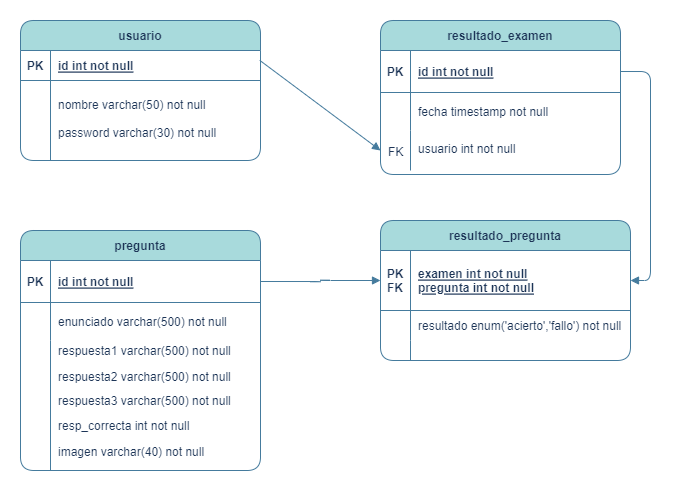
Earlier version of the draw.io export BD/autoescuela.png (marzane/autoescuela). Source tidied: cells renumbered, new cells last; positions are measured from the earlier drawing's top-left corner, leaving out a move shared by most shapes.
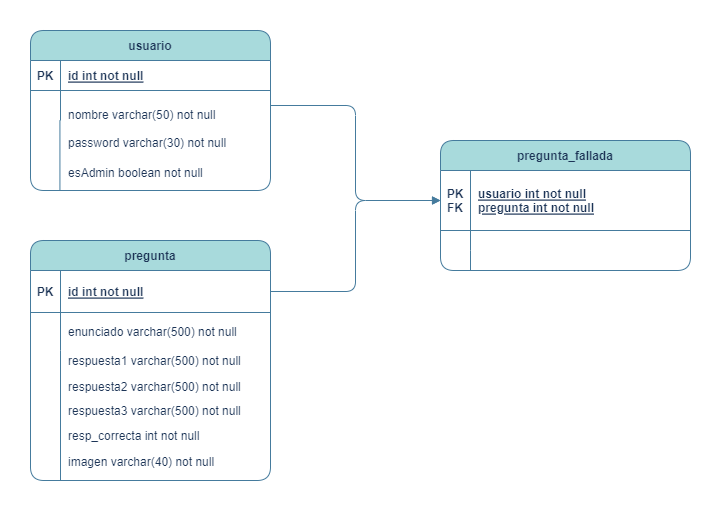
Above is the later version.

Diff of the diagram source:
```diff
@@ -2,70 +2,8 @@
   <root>
     <mxCell id="0" />
     <mxCell id="1" parent="0" />
-    <object id="2" label="resultado_examen" falladas="int not null" placeholders="1" usuario="int not null">
-      <mxCell style="shape=table;startSize=30;rowLines=0;fontStyle=1;align=center;labelBackgroundColor=none;fillColor=#A8DADC;strokeColor=#457B9D;fontColor=#1D3557;rounded=1;columnLines=1;" parent="1" vertex="1">
-        <mxGeometry x="360" width="240" height="154" as="geometry" />
-      </mxCell>
-    </object>
-    <mxCell id="3" style="shape=partialRectangle;fillColor=none;points=[[0,0.5],[1,0.5]];portConstraint=eastwest;top=0;left=0;right=0;bottom=1;labelBackgroundColor=none;strokeColor=#457B9D;fontColor=#1D3557;rounded=1;" parent="2" vertex="1">
-      <mxGeometry y="30" width="240" height="42" as="geometry" />
-    </mxCell>
-    <mxCell id="4" value="PK" style="shape=partialRectangle;overflow=hidden;fillColor=none;top=0;left=0;bottom=0;right=0;fontStyle=1;labelBackgroundColor=none;strokeColor=#457B9D;fontColor=#1D3557;rounded=1;" parent="3" vertex="1">
-      <mxGeometry width="30" height="42" as="geometry" />
-    </mxCell>
-    <mxCell id="5" value="id int not null" style="shape=partialRectangle;overflow=hidden;fillColor=none;top=0;left=0;bottom=0;right=0;align=left;spacingLeft=6;fontStyle=5;labelBackgroundColor=none;strokeColor=#457B9D;fontColor=#1D3557;rounded=1;" parent="3" vertex="1">
-      <mxGeometry x="30" width="210" height="42" as="geometry" />
-    </mxCell>
-    <mxCell id="6" style="shape=partialRectangle;fillColor=none;top=0;left=0;right=0;bottom=0;labelBackgroundColor=none;strokeColor=#457B9D;fontColor=#1D3557;rounded=1;" parent="2" vertex="1">
-      <mxGeometry y="72" width="240" height="38" as="geometry" />
-    </mxCell>
-    <mxCell id="7" style="shape=partialRectangle;overflow=hidden;fillColor=none;top=0;left=0;bottom=0;right=0;labelBackgroundColor=none;strokeColor=#457B9D;fontColor=#1D3557;rounded=1;" parent="6" vertex="1">
-      <mxGeometry width="30" height="38" as="geometry" />
-    </mxCell>
-    <mxCell id="8" value="fecha timestamp not null" style="shape=partialRectangle;overflow=hidden;fillColor=none;top=0;left=0;bottom=0;right=0;align=left;spacingLeft=6;labelBackgroundColor=none;strokeColor=#457B9D;fontColor=#1D3557;rounded=1;" parent="6" vertex="1">
-      <mxGeometry x="30" width="210" height="38" as="geometry" />
-    </mxCell>
-    <mxCell id="9" style="shape=partialRectangle;fillColor=none;points=[[0,0.5],[1,0.5]];portConstraint=eastwest;top=0;left=0;right=0;bottom=0;labelBackgroundColor=none;strokeColor=#457B9D;fontColor=#1D3557;rounded=1;" parent="2" vertex="1">
-      <mxGeometry y="110" width="240" height="40" as="geometry" />
-    </mxCell>
-    <mxCell id="10" style="shape=partialRectangle;overflow=hidden;fillColor=none;top=0;left=0;bottom=0;right=0;labelBackgroundColor=none;strokeColor=#457B9D;fontColor=#1D3557;rounded=1;" parent="9" vertex="1">
-      <mxGeometry width="30" height="40" as="geometry" />
-    </mxCell>
-    <mxCell id="11" style="shape=partialRectangle;overflow=hidden;fillColor=none;top=0;left=0;bottom=0;right=0;align=left;spacingLeft=6;labelBackgroundColor=none;strokeColor=#457B9D;fontColor=#1D3557;rounded=1;" parent="9" vertex="1">
-      <mxGeometry x="30" width="210" height="40" as="geometry" />
-    </mxCell>
-    <mxCell id="12" value="resultado_pregunta" style="shape=table;startSize=30;rowLines=0;fontStyle=1;align=center;labelBackgroundColor=none;fillColor=#A8DADC;strokeColor=#457B9D;fontColor=#1D3557;rounded=1;" parent="1" vertex="1">
-      <mxGeometry x="360" y="200" width="250" height="140" as="geometry" />
-    </mxCell>
-    <mxCell id="13" style="shape=partialRectangle;fillColor=none;points=[[0,0.5],[1,0.5]];portConstraint=eastwest;top=0;left=0;right=0;bottom=1;labelBackgroundColor=none;strokeColor=#457B9D;fontColor=#1D3557;rounded=1;" parent="12" vertex="1">
-      <mxGeometry y="30" width="250" height="60" as="geometry" />
-    </mxCell>
-    <mxCell id="14" value="PK&#10;FK" style="shape=partialRectangle;overflow=hidden;fillColor=none;top=0;left=0;bottom=0;right=0;fontStyle=1;labelBackgroundColor=none;strokeColor=#457B9D;fontColor=#1D3557;rounded=1;" parent="13" vertex="1">
-      <mxGeometry width="30" height="60" as="geometry" />
-    </mxCell>
-    <mxCell id="15" value="examen int not null&#10;pregunta int not null" style="shape=partialRectangle;overflow=hidden;fillColor=none;top=0;left=0;bottom=0;right=0;align=left;spacingLeft=6;fontStyle=5;labelBackgroundColor=none;strokeColor=#457B9D;fontColor=#1D3557;rounded=1;" parent="13" vertex="1">
-      <mxGeometry x="30" width="220" height="60" as="geometry" />
-    </mxCell>
-    <mxCell id="16" style="shape=partialRectangle;fillColor=none;top=0;left=0;right=0;bottom=0;labelBackgroundColor=none;strokeColor=#457B9D;fontColor=#1D3557;rounded=1;" parent="12" vertex="1">
-      <mxGeometry y="90" width="250" height="30" as="geometry" />
-    </mxCell>
-    <mxCell id="17" style="shape=partialRectangle;overflow=hidden;fillColor=none;top=0;left=0;bottom=0;right=0;labelBackgroundColor=none;strokeColor=#457B9D;fontColor=#1D3557;rounded=1;" parent="16" vertex="1">
-      <mxGeometry width="30" height="30" as="geometry" />
-    </mxCell>
-    <mxCell id="18" value="resultado enum('acierto','fallo') not null" style="shape=partialRectangle;overflow=hidden;fillColor=none;top=0;left=0;bottom=0;right=0;align=left;spacingLeft=6;labelBackgroundColor=none;strokeColor=#457B9D;fontColor=#1D3557;rounded=1;" parent="16" vertex="1">
-      <mxGeometry x="30" width="220" height="30" as="geometry" />
-    </mxCell>
-    <mxCell id="19" style="shape=partialRectangle;fillColor=none;top=0;left=0;right=0;bottom=0;labelBackgroundColor=none;strokeColor=#457B9D;fontColor=#1D3557;rounded=1;" parent="12" vertex="1">
-      <mxGeometry y="120" width="250" height="20" as="geometry" />
-    </mxCell>
-    <mxCell id="20" style="shape=partialRectangle;overflow=hidden;fillColor=none;top=0;left=0;bottom=0;right=0;labelBackgroundColor=none;strokeColor=#457B9D;fontColor=#1D3557;rounded=1;" parent="19" vertex="1">
-      <mxGeometry width="30" height="20" as="geometry" />
-    </mxCell>
-    <mxCell id="21" style="shape=partialRectangle;overflow=hidden;fillColor=none;top=0;left=0;bottom=0;right=0;align=left;spacingLeft=6;labelBackgroundColor=none;strokeColor=#457B9D;fontColor=#1D3557;rounded=1;" parent="19" vertex="1">
-      <mxGeometry x="30" width="220" height="20" as="geometry" />
-    </mxCell>
     <mxCell id="22" value="usuario" style="shape=table;startSize=30;rowLines=0;fontStyle=1;align=center;labelBackgroundColor=none;fillColor=#A8DADC;strokeColor=#457B9D;fontColor=#1D3557;rounded=1;" parent="1" vertex="1">
-      <mxGeometry width="240" height="140" as="geometry" />
+      <mxGeometry width="240" height="160" as="geometry" />
     </mxCell>
     <mxCell id="23" style="shape=partialRectangle;fillColor=none;points=[[0,0.5],[1,0.5]];portConstraint=eastwest;top=0;left=0;right=0;bottom=1;labelBackgroundColor=none;strokeColor=#457B9D;fontColor=#1D3557;rounded=1;" parent="22" vertex="1">
       <mxGeometry y="30" width="240" height="30" as="geometry" />
@@ -93,22 +31,10 @@
     </mxCell>
     <mxCell id="31" style="endArrow=none;html=1;rounded=1;labelBackgroundColor=none;strokeColor=#457B9D;fontColor=default;" parent="1" edge="1">
       <mxGeometry relative="1" as="geometry">
-        <mxPoint x="30" y="140" as="sourcePoint" />
-        <mxPoint x="30" y="70" as="targetPoint" />
+        <mxPoint x="29.4" y="160" as="sourcePoint" />
+        <mxPoint x="29.4" y="90" as="targetPoint" />
       </mxGeometry>
     </mxCell>
-    <mxCell id="32" value="usuario int not null" style="shape=partialRectangle;overflow=hidden;fillColor=none;top=0;left=0;bottom=0;right=0;align=left;spacingLeft=6;labelBackgroundColor=none;strokeColor=#457B9D;fontColor=#1D3557;rounded=1;" parent="1" vertex="1">
-      <mxGeometry x="390" y="116" width="220" height="24" as="geometry" />
-    </mxCell>
-    <mxCell id="33" value="FK" style="shape=partialRectangle;overflow=hidden;fillColor=none;top=0;left=0;bottom=0;right=0;align=left;spacingLeft=6;labelBackgroundColor=none;strokeColor=#457B9D;fontColor=#1D3557;rounded=1;" parent="1" vertex="1">
-      <mxGeometry x="360" y="116" width="30" height="30" as="geometry" />
-    </mxCell>
-    <mxCell id="34" style="endArrow=block;html=1;rounded=1;strokeColor=#457B9D;fontColor=default;fillColor=#A8DADC;exitX=0.997;exitY=0.329;exitDx=0;exitDy=0;exitPerimeter=0;labelBackgroundColor=none;endFill=1;entryX=0;entryY=0.5;entryDx=0;entryDy=0;" parent="1" edge="1" source="23" target="9">
-      <mxGeometry relative="1" as="geometry" />
-    </mxCell>
-    <mxCell id="35" style="edgeStyle=orthogonalEdgeStyle;rounded=1;jettySize=auto;html=1;exitX=1;exitY=0.5;exitDx=0;exitDy=0;entryX=1;entryY=0.5;entryDx=0;entryDy=0;strokeColor=#457B9D;fontColor=#1D3557;fillColor=#A8DADC;endArrow=block;endFill=1;" parent="1" edge="1" source="3" target="13">
-      <mxGeometry relative="1" as="geometry" />
-    </mxCell>
     <object id="36" label="pregunta" falladas="int not null" placeholders="1" usuario="int not null">
       <mxCell style="shape=table;startSize=30;rowLines=0;fontStyle=1;align=center;labelBackgroundColor=none;fillColor=#A8DADC;strokeColor=#457B9D;fontColor=#1D3557;rounded=1;columnLines=1;" parent="1" vertex="1">
         <mxGeometry y="210" width="240" height="240" as="geometry" />
@@ -153,8 +79,44 @@
     <mxCell id="49" value="imagen varchar(40) not null" style="shape=partialRectangle;overflow=hidden;fillColor=none;top=0;left=0;bottom=0;right=0;align=left;spacingLeft=6;labelBackgroundColor=none;strokeColor=#457B9D;fontColor=#1D3557;rounded=1;" parent="1" vertex="1">
       <mxGeometry x="30" y="416" width="220" height="30" as="geometry" />
     </mxCell>
-    <mxCell id="50" style="edgeStyle=orthogonalEdgeStyle;rounded=1;jettySize=auto;html=1;exitX=1;exitY=0.5;exitDx=0;exitDy=0;entryX=0;entryY=0.5;entryDx=0;entryDy=0;strokeColor=#457B9D;fontColor=#1D3557;fillColor=#A8DADC;endArrow=block;endFill=1;" parent="1" edge="1" source="37" target="13">
+    <mxCell id="50" style="edgeStyle=orthogonalEdgeStyle;rounded=1;jettySize=auto;html=1;exitX=1;exitY=0.5;exitDx=0;exitDy=0;entryX=0;entryY=0.5;entryDx=0;entryDy=0;strokeColor=#457B9D;fontColor=default;endArrow=block;endFill=1;labelBackgroundColor=none;" parent="1" edge="1" source="37" target="13">
       <mxGeometry relative="1" as="geometry" />
     </mxCell>
+    <mxCell id="12" value="pregunta_fallada" style="shape=table;startSize=30;rowLines=0;fontStyle=1;align=center;labelBackgroundColor=none;fillColor=#A8DADC;strokeColor=#457B9D;fontColor=#1D3557;rounded=1;" parent="1" vertex="1">
+      <mxGeometry x="410" y="110" width="250" height="130" as="geometry" />
+    </mxCell>
+    <mxCell id="13" style="shape=partialRectangle;fillColor=none;points=[[0,0.5],[1,0.5]];portConstraint=eastwest;top=0;left=0;right=0;bottom=1;labelBackgroundColor=none;strokeColor=#457B9D;fontColor=#1D3557;rounded=1;" parent="12" vertex="1">
+      <mxGeometry y="30" width="250" height="60" as="geometry" />
+    </mxCell>
+    <mxCell id="14" value="PK&#10;FK" style="shape=partialRectangle;overflow=hidden;fillColor=none;top=0;left=0;bottom=0;right=0;fontStyle=1;labelBackgroundColor=none;strokeColor=#457B9D;fontColor=#1D3557;rounded=1;" parent="13" vertex="1">
+      <mxGeometry width="30" height="60" as="geometry" />
+    </mxCell>
+    <mxCell id="15" value="usuario int not null&#10;pregunta int not null" style="shape=partialRectangle;overflow=hidden;fillColor=none;top=0;left=0;bottom=0;right=0;align=left;spacingLeft=6;fontStyle=5;labelBackgroundColor=none;strokeColor=#457B9D;fontColor=#1D3557;rounded=1;" parent="13" vertex="1">
+      <mxGeometry x="30" width="220" height="60" as="geometry" />
+    </mxCell>
+    <mxCell id="16" style="shape=partialRectangle;fillColor=none;top=0;left=0;right=0;bottom=0;labelBackgroundColor=none;strokeColor=#457B9D;fontColor=#1D3557;rounded=1;" parent="12" vertex="1">
+      <mxGeometry y="90" width="250" height="20" as="geometry" />
+    </mxCell>
+    <mxCell id="17" style="shape=partialRectangle;overflow=hidden;fillColor=none;top=0;left=0;bottom=0;right=0;labelBackgroundColor=none;strokeColor=#457B9D;fontColor=#1D3557;rounded=1;" parent="16" vertex="1">
+      <mxGeometry width="30" height="20" as="geometry" />
+    </mxCell>
+    <mxCell id="18" style="shape=partialRectangle;overflow=hidden;fillColor=none;top=0;left=0;bottom=0;right=0;align=left;spacingLeft=6;labelBackgroundColor=none;strokeColor=#457B9D;fontColor=#1D3557;rounded=1;" parent="16" vertex="1">
+      <mxGeometry x="30" width="220" height="20" as="geometry" />
+    </mxCell>
+    <mxCell id="19" style="shape=partialRectangle;fillColor=none;top=0;left=0;right=0;bottom=0;labelBackgroundColor=none;strokeColor=#457B9D;fontColor=#1D3557;rounded=1;" parent="12" vertex="1">
+      <mxGeometry y="110" width="250" height="20" as="geometry" />
+    </mxCell>
+    <mxCell id="20" style="shape=partialRectangle;overflow=hidden;fillColor=none;top=0;left=0;bottom=0;right=0;labelBackgroundColor=none;strokeColor=#457B9D;fontColor=#1D3557;rounded=1;" parent="19" vertex="1">
+      <mxGeometry width="30" height="20" as="geometry" />
+    </mxCell>
+    <mxCell id="21" style="shape=partialRectangle;overflow=hidden;fillColor=none;top=0;left=0;bottom=0;right=0;align=left;spacingLeft=6;labelBackgroundColor=none;strokeColor=#457B9D;fontColor=#1D3557;rounded=1;" parent="19" vertex="1">
+      <mxGeometry x="30" width="220" height="20" as="geometry" />
+    </mxCell>
+    <mxCell id="51" value="esAdmin boolean not null" style="shape=partialRectangle;overflow=hidden;fillColor=none;top=0;left=0;bottom=0;right=0;align=left;spacingLeft=6;labelBackgroundColor=none;strokeColor=#457B9D;fontColor=#1D3557;rounded=1;" parent="1" vertex="1">
+      <mxGeometry x="30" y="127" width="220" height="30" as="geometry" />
+    </mxCell>
+    <mxCell id="52" style="edgeStyle=orthogonalEdgeStyle;rounded=1;jettySize=auto;html=1;entryX=0;entryY=0.5;entryDx=0;entryDy=0;labelBackgroundColor=none;strokeColor=#457B9D;fontColor=default;" parent="1" edge="1" source="26" target="13">
+      <mxGeometry relative="1" as="geometry" />
+    </mxCell>
   </root>
 </mxGraphModel>
```
